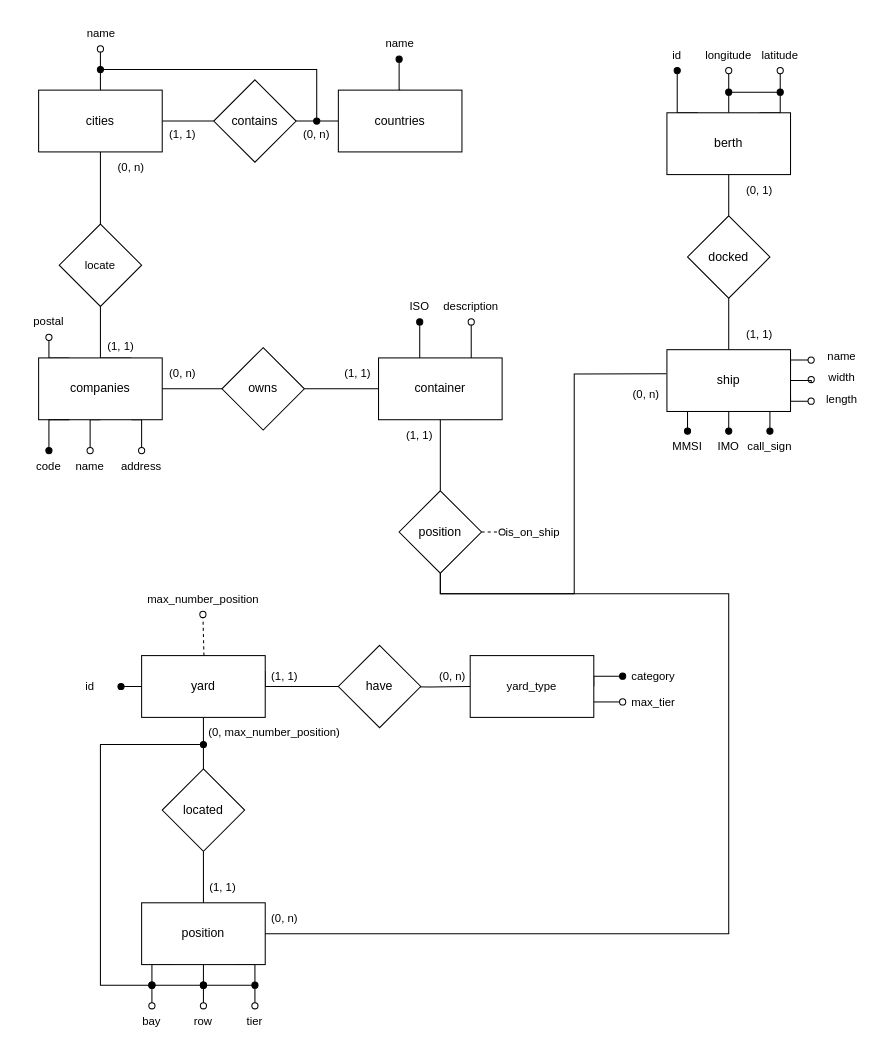
This is ERD.drawio from mervyn-teo/CS2102s, a draw.io file, before an edit. Source tidied: cells renumbered, new cells numbered last; positions are measured from the earlier drawing's top-left corner, leaving out a move shared by most shapes. Both pictures are drawn from the tidied source at 103%, with x=0, y=0 at pixel (18, 18).
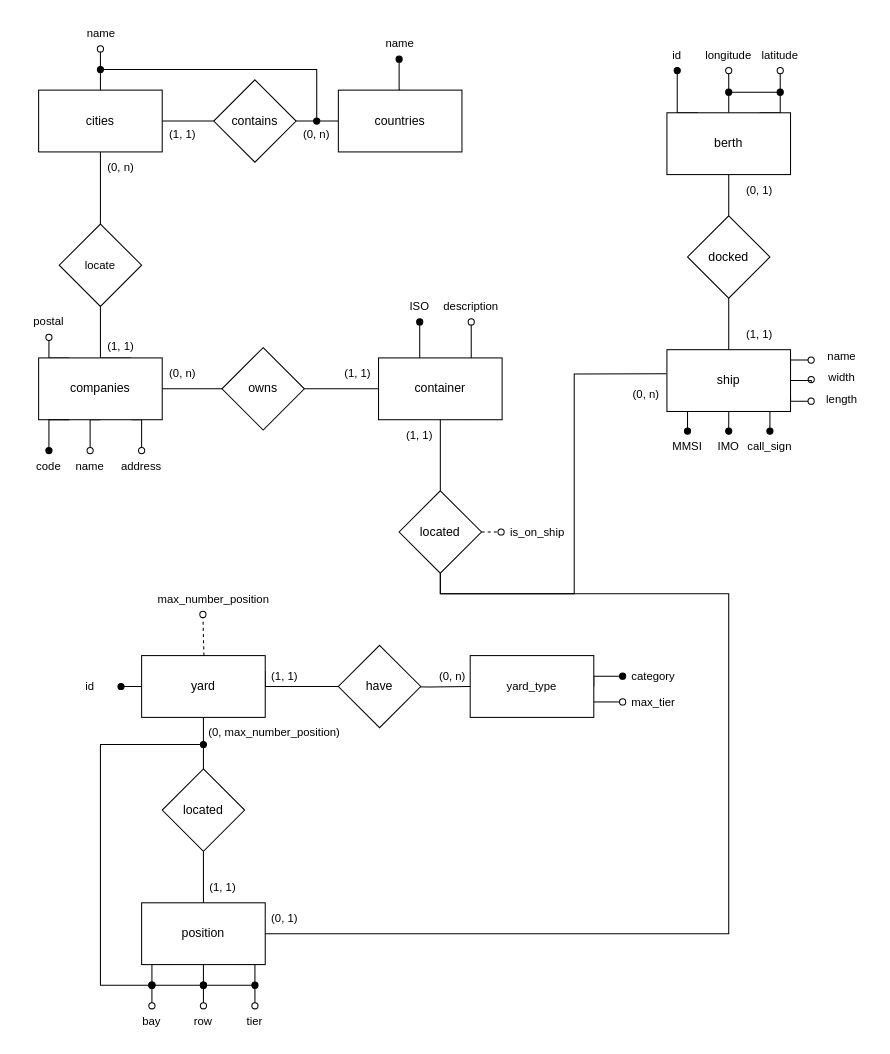
Above is the later version.

What changed in the source:
```diff
@@
     <mxCell id="81" value="(0, n)" style="text;html=1;align=center;verticalAlign=middle;whiteSpace=wrap;rounded=0;fontFamily=Helvetica;fontSize=11;fontColor=default;labelBackgroundColor=default;" parent="1" vertex="1">
-      <mxGeometry x="80" y="130" width="60" height="30" as="geometry" />
+      <mxGeometry x="70" y="130" width="60" height="30" as="geometry" />
     </mxCell>
@@
-    <mxCell id="87" value="position" style="rhombus;whiteSpace=wrap;html=1;" parent="1" vertex="1">
+    <mxCell id="87" value="located" style="rhombus;whiteSpace=wrap;html=1;" parent="1" vertex="1">
       <mxGeometry x="370" y="459" width="80" height="80" as="geometry" />
     </mxCell>
@@
     <mxCell id="90" value="max_number_position" style="text;html=1;align=center;verticalAlign=middle;whiteSpace=wrap;rounded=0;fontFamily=Helvetica;fontSize=11;fontColor=default;labelBackgroundColor=default;" parent="1" vertex="1">
-      <mxGeometry x="150" y="549" width="60" height="30" as="geometry" />
+      <mxGeometry x="160" y="549" width="60" height="30" as="geometry" />
     </mxCell>
@@
     <mxCell id="100" value="is_on_ship" style="text;html=1;align=center;verticalAlign=middle;whiteSpace=wrap;rounded=0;fontFamily=Helvetica;fontSize=11;fontColor=default;labelBackgroundColor=default;" parent="1" vertex="1">
-      <mxGeometry x="470" y="484" width="60" height="30" as="geometry" />
+      <mxGeometry x="469" y="484" width="71" height="30" as="geometry" />
     </mxCell>
@@
-    <mxCell id="102" value="(0, n)" style="text;html=1;align=center;verticalAlign=middle;whiteSpace=wrap;rounded=0;fontFamily=Helvetica;fontSize=11;fontColor=default;labelBackgroundColor=default;" parent="1" vertex="1">
+    <mxCell id="102" value="(0, 1)" style="text;html=1;align=center;verticalAlign=middle;whiteSpace=wrap;rounded=0;fontFamily=Helvetica;fontSize=11;fontColor=default;labelBackgroundColor=default;" parent="1" vertex="1">
       <mxGeometry x="229" y="859" width="60" height="30" as="geometry" />
     </mxCell>
```
